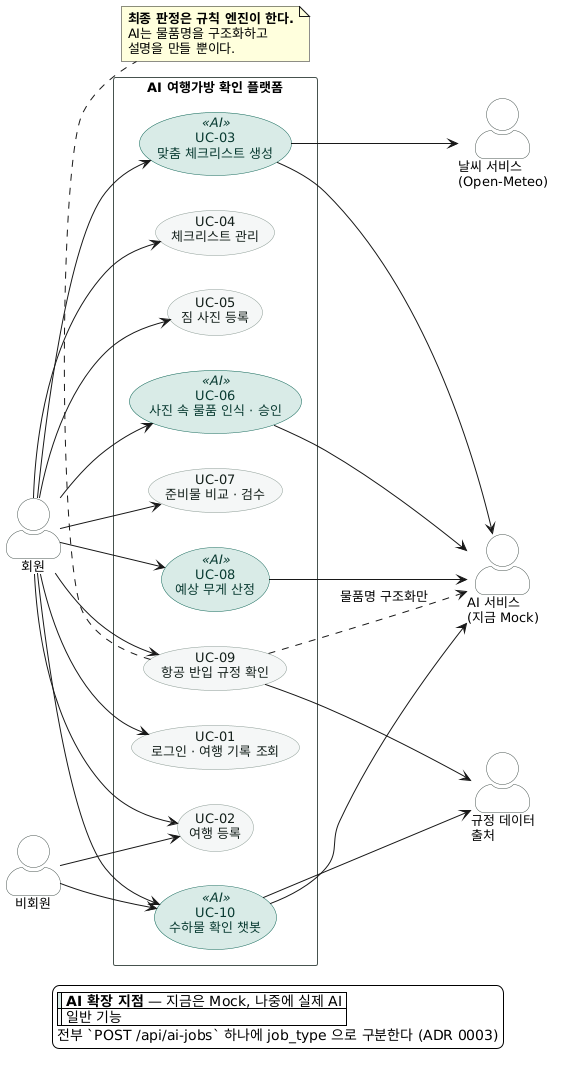
The PlantUML diagram docs/images/02-usecase.png in SangMyeong5426/skala-mini-ai-web-service, before a commit. The source it was exported from:
```plantuml
@startuml

left to right direction
skinparam backgroundColor #FFFFFF
skinparam shadowing false
skinparam defaultFontName "Apple SD Gothic Neo"
skinparam defaultFontSize 13
skinparam actorStyle awesome

skinparam usecase {
  BackgroundColor #F5F7F6
  BorderColor #8A9A94
  FontColor #14201C
  BackgroundColor<<AI>> #D9EAE6
  BorderColor<<AI>> #0D6455
  FontColor<<AI>> #093B32
}
skinparam actor {
  BackgroundColor #FFFFFF
  BorderColor #46524E
}
skinparam rectangle {
  BorderColor #46524E
  FontStyle bold
}

actor "회원" as MEMBER
actor "비회원" as GUEST

actor "AI 서비스\n(지금 Mock)" as AI
actor "규정 데이터\n출처" as RULES
actor "날씨 서비스\n(Open-Meteo)" as WEATHER

rectangle "AI 여행가방 확인 플랫폼" {

  usecase "UC-01\n로그인 · 여행 기록 조회" as UC01
  usecase "UC-02\n여행 등록" as UC02
  usecase "UC-03\n맞춤 체크리스트 생성" as UC03 <<AI>>
  usecase "UC-04\n체크리스트 관리" as UC04
  usecase "UC-05\n짐 사진 등록" as UC05
  usecase "UC-06\n사진 속 물품 인식 · 승인" as UC06 <<AI>>
  usecase "UC-07\n준비물 비교 · 검수" as UC07
  usecase "UC-08\n예상 무게 산정" as UC08 <<AI>>
  usecase "UC-09\n항공 반입 규정 확인" as UC09
  usecase "UC-10\n수하물 확인 챗봇" as UC10 <<AI>>
}

MEMBER --> UC01
MEMBER --> UC02
MEMBER --> UC03
MEMBER --> UC04
MEMBER --> UC05
MEMBER --> UC06
MEMBER --> UC07
MEMBER --> UC08
MEMBER --> UC09
MEMBER --> UC10

GUEST --> UC02
GUEST --> UC10

UC03 --> AI
UC06 --> AI
UC08 --> AI
UC10 --> AI
UC09 ..> AI : 물품명 구조화만

UC09 --> RULES
UC10 --> RULES
UC03 --> WEATHER


note bottom of UC09
  **최종 판정은 규칙 엔진이 한다.**
  AI는 물품명을 구조화하고
  설명을 만들 뿐이다.
end note

legend bottom
  |<#D9EAE6>| **AI 확장 지점** — 지금은 Mock, 나중에 실제 AI |
  |<#F5F7F6>| 일반 기능 |
  전부 `POST /api/ai-jobs` 하나에 job_type 으로 구분한다 (ADR 0003)
endlegend
@enduml
```
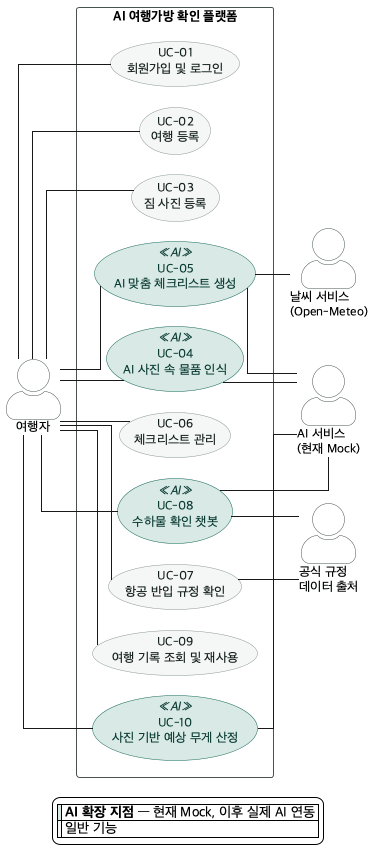
Above is the later version.

What changed in the source:
```diff
@@ -1,8 +1,11 @@
-@startuml
+@startuml 02-usecase
 
 left to right direction
 skinparam backgroundColor #FFFFFF
 skinparam shadowing false
+skinparam linetype ortho
+skinparam nodesep 20
+skinparam ranksep 25
 skinparam defaultFontName "Apple SD Gothic Neo"
 skinparam defaultFontSize 13
 skinparam actorStyle awesome
@@ -24,61 +27,56 @@
   FontStyle bold
 }
 
-actor "회원" as MEMBER
-actor "비회원" as GUEST
-
-actor "AI 서비스\n(지금 Mock)" as AI
-actor "규정 데이터\n출처" as RULES
-actor "날씨 서비스\n(Open-Meteo)" as WEATHER
+actor "여행자" as TRAVELER
 
 rectangle "AI 여행가방 확인 플랫폼" {
+  usecase "UC-01\n회원가입 및 로그인" as UC01
+  usecase "UC-02\n여행 등록" as UC02
+  usecase "UC-03\n짐 사진 등록" as UC03
+  usecase "UC-04\nAI 사진 속 물품 인식" as UC04 <<AI>>
+  usecase "UC-05\nAI 맞춤 체크리스트 생성" as UC05 <<AI>>
+  usecase "UC-06\n체크리스트 관리" as UC06
+  usecase "UC-07\n항공 반입 규정 확인" as UC07
+  usecase "UC-08\n수하물 확인 챗봇" as UC08 <<AI>>
+  usecase "UC-09\n여행 기록 조회 및 재사용" as UC09
+  usecase "UC-10\n사진 기반 예상 무게 산정" as UC10 <<AI>>
 
-  usecase "UC-01\n로그인 · 여행 기록 조회" as UC01
-  usecase "UC-02\n여행 등록" as UC02
-  usecase "UC-03\n맞춤 체크리스트 생성" as UC03 <<AI>>
-  usecase "UC-04\n체크리스트 관리" as UC04
-  usecase "UC-05\n짐 사진 등록" as UC05
-  usecase "UC-06\n사진 속 물품 인식 · 승인" as UC06 <<AI>>
-  usecase "UC-07\n준비물 비교 · 검수" as UC07
-  usecase "UC-08\n예상 무게 산정" as UC08 <<AI>>
-  usecase "UC-09\n항공 반입 규정 확인" as UC09
-  usecase "UC-10\n수하물 확인 챗봇" as UC10 <<AI>>
+  UC10 -[hidden]right- UC09
+  UC09 -[hidden]right- UC08
+  UC08 -[hidden]right- UC07
+  UC07 -[hidden]right- UC06
+  UC06 -[hidden]right- UC05
+  UC05 -[hidden]right- UC04
+  UC04 -[hidden]right- UC03
+  UC03 -[hidden]right- UC02
+  UC02 -[hidden]right- UC01
 }
 
-MEMBER --> UC01
-MEMBER --> UC02
-MEMBER --> UC03
-MEMBER --> UC04
-MEMBER --> UC05
-MEMBER --> UC06
-MEMBER --> UC07
-MEMBER --> UC08
-MEMBER --> UC09
-MEMBER --> UC10
+actor "AI 서비스\n(현재 Mock)" as AI
+actor "날씨 서비스\n(Open-Meteo)" as WEATHER
+actor "공식 규정\n데이터 출처" as RULES
 
-GUEST --> UC02
-GUEST --> UC10
+TRAVELER -- UC01
+TRAVELER -- UC02
+TRAVELER -- UC03
+TRAVELER -- UC04
+TRAVELER -- UC05
+TRAVELER -- UC06
+TRAVELER -- UC07
+TRAVELER -- UC08
+TRAVELER -- UC09
+TRAVELER -- UC10
 
-UC03 --> AI
-UC06 --> AI
-UC08 --> AI
-UC10 --> AI
-UC09 ..> AI : 물품명 구조화만
-
-UC09 --> RULES
-UC10 --> RULES
-UC03 --> WEATHER
-
-
-note bottom of UC09
-  **최종 판정은 규칙 엔진이 한다.**
-  AI는 물품명을 구조화하고
-  설명을 만들 뿐이다.
-end note
+UC04 -- AI
+UC05 -- AI
+UC08 -- AI
+UC10 -- AI
+UC05 -- WEATHER
+UC07 -- RULES
+UC08 -- RULES
 
 legend bottom
-  |<#D9EAE6>| **AI 확장 지점** — 지금은 Mock, 나중에 실제 AI |
+  |<#D9EAE6>| **AI 확장 지점** — 현재 Mock, 이후 실제 AI 연동 |
   |<#F5F7F6>| 일반 기능 |
-  전부 `POST /api/ai-jobs` 하나에 job_type 으로 구분한다 (ADR 0003)
 endlegend
 @enduml
```
